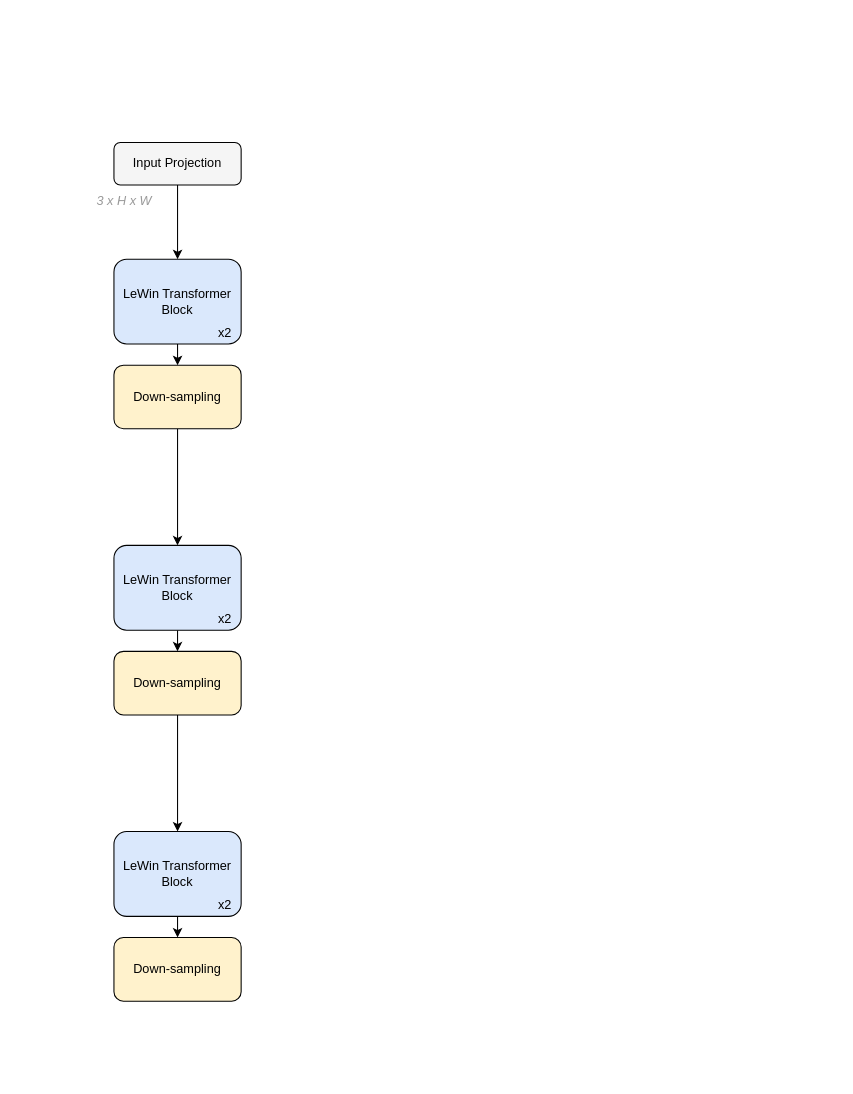
This is MTRNet.drawio from user815886724/Drawio, a draw.io file, before an edit. Source tidied: cells renumbered, new cells numbered last; positions are measured from the earlier drawing's top-left corner, leaving out a move shared by most shapes. Both pictures are drawn from the tidied source at 106%, with x=0, y=0 at pixel (92, 142).
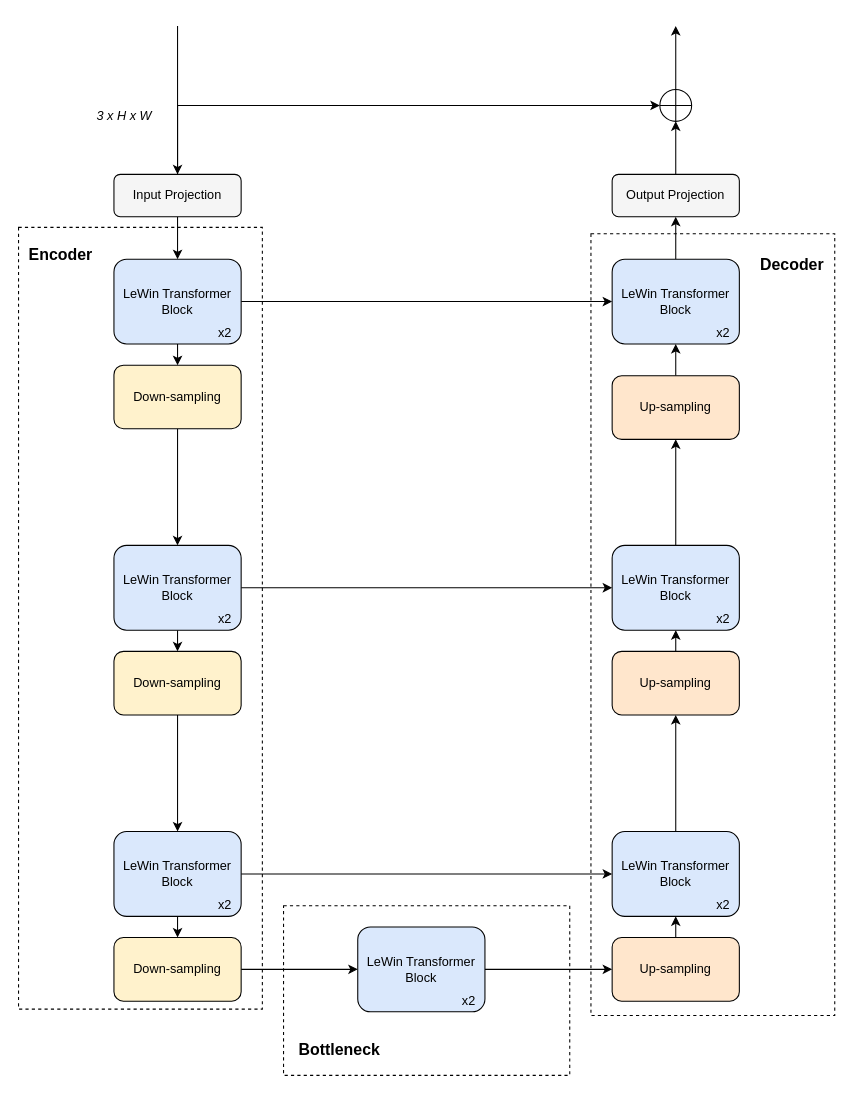
After the change.

Unchanged cells that the change refers to:
```xml
<mxCell id="5" value="LeWin Transformer Block" style="rounded=1;whiteSpace=wrap;html=1;fillColor=#dae8fc;strokeColor=#000000;shadow=0;glass=0;sketch=0;labelBackgroundColor=none;fontColor=default;" parent="1" vertex="1">
  <mxGeometry x="20" y="110" width="120" height="80" as="geometry" />
</mxCell>
<mxCell id="8" value="LeWin Transformer Block" style="rounded=1;whiteSpace=wrap;html=1;fillColor=#dae8fc;strokeColor=#000000;shadow=0;glass=0;sketch=0;labelBackgroundColor=none;fontColor=default;" parent="1" vertex="1">
  <mxGeometry x="20" y="380" width="120" height="80" as="geometry" />
</mxCell>
<mxCell id="11" value="LeWin Transformer Block" style="rounded=1;whiteSpace=wrap;html=1;fillColor=#dae8fc;strokeColor=default;shadow=0;glass=0;sketch=0;labelBackgroundColor=none;fontColor=default;" parent="1" vertex="1">
  <mxGeometry x="20" y="650" width="120" height="80" as="geometry" />
</mxCell>
<mxCell id="17" value="Down-sampling" style="rounded=1;whiteSpace=wrap;html=1;shadow=0;glass=0;labelBackgroundColor=none;sketch=0;strokeColor=#000000;fillColor=#fff2cc;fontColor=default;" parent="1" vertex="1">
  <mxGeometry x="20" y="750" width="120" height="60" as="geometry" />
</mxCell>
```

Change to the diagram source:
```diff
@@
+    <mxCell id="19" style="rounded=0;whiteSpace=wrap;html=1;shadow=0;glass=0;labelBackgroundColor=none;sketch=0;fontColor=default;strokeColor=default;fillColor=none;dashed=1;" parent="1" vertex="1">
+      <mxGeometry x="-70" y="80" width="230" height="737.5" as="geometry" />
+    </mxCell>
+    <mxCell id="20" style="rounded=0;whiteSpace=wrap;html=1;shadow=0;glass=0;labelBackgroundColor=none;sketch=0;fontColor=default;strokeColor=default;fillColor=none;dashed=1;" parent="1" vertex="1">
+      <mxGeometry x="180" y="720" width="270" height="160" as="geometry" />
+    </mxCell>
+    <mxCell id="21" style="rounded=0;whiteSpace=wrap;html=1;shadow=0;glass=0;labelBackgroundColor=none;sketch=0;fontColor=default;strokeColor=default;fillColor=none;dashed=1;" parent="1" vertex="1">
+      <mxGeometry x="470" y="86" width="230" height="737.5" as="geometry" />
+    </mxCell>
@@
+    <mxCell id="22" style="edgeStyle=orthogonalEdgeStyle;rounded=0;jettySize=auto;html=1;exitX=0.5;exitY=0;exitDx=0;exitDy=0;labelBackgroundColor=default;fontColor=#999999;strokeColor=default;startArrow=classic;startFill=1;endArrow=none;endFill=0;" parent="1" edge="1" source="3">
+      <mxGeometry relative="1" as="geometry">
+        <mxPoint x="80" y="-110" as="targetPoint" />
+        <Array as="points">
+          <mxPoint x="80" y="10" />
+          <mxPoint x="80" y="10" />
+        </Array>
+      </mxGeometry>
+    </mxCell>
+    <mxCell id="23" style="edgeStyle=orthogonalEdgeStyle;rounded=0;jettySize=auto;html=1;exitX=0.5;exitY=0;exitDx=0;exitDy=0;entryX=0;entryY=0.5;entryDx=0;entryDy=0;labelBackgroundColor=default;fontColor=default;startArrow=none;startFill=0;endArrow=classic;endFill=1;strokeColor=default;" parent="1" edge="1" source="3" target="49">
+      <mxGeometry relative="1" as="geometry" />
+    </mxCell>
     <mxCell id="3" value="Input Projection" style="rounded=1;whiteSpace=wrap;html=1;fillColor=#f5f5f5;strokeColor=default;fontColor=default;shadow=0;glass=0;sketch=0;labelBackgroundColor=none;" parent="1" vertex="1">
-      <mxGeometry x="20" width="120" height="40" as="geometry" />
+      <mxGeometry x="20" y="30" width="120" height="40" as="geometry" />
     </mxCell>
@@
+    <mxCell id="24" style="edgeStyle=orthogonalEdgeStyle;rounded=0;jettySize=auto;html=1;exitX=1;exitY=0.5;exitDx=0;exitDy=0;labelBackgroundColor=default;fontColor=default;startArrow=none;startFill=0;endArrow=classic;endFill=1;strokeColor=default;" parent="1" edge="1" source="5" target="40">
+      <mxGeometry relative="1" as="geometry" />
+    </mxCell>
@@
+    <mxCell id="25" style="edgeStyle=orthogonalEdgeStyle;rounded=0;jettySize=auto;html=1;exitX=1;exitY=0.5;exitDx=0;exitDy=0;entryX=0;entryY=0.5;entryDx=0;entryDy=0;labelBackgroundColor=default;fontColor=default;startArrow=none;startFill=0;endArrow=classic;endFill=1;strokeColor=default;" parent="1" edge="1" source="8" target="37">
+      <mxGeometry relative="1" as="geometry" />
+    </mxCell>
@@
+    <mxCell id="26" style="edgeStyle=orthogonalEdgeStyle;rounded=0;jettySize=auto;html=1;exitX=1;exitY=0.5;exitDx=0;exitDy=0;entryX=0;entryY=0.5;entryDx=0;entryDy=0;labelBackgroundColor=default;fontColor=default;startArrow=none;startFill=0;endArrow=classic;endFill=1;strokeColor=default;" parent="1" edge="1" source="11" target="34">
+      <mxGeometry relative="1" as="geometry" />
+    </mxCell>
@@
+    <mxCell id="27" style="edgeStyle=orthogonalEdgeStyle;rounded=0;jettySize=auto;html=1;exitX=1;exitY=0.5;exitDx=0;exitDy=0;labelBackgroundColor=default;fontColor=default;startArrow=none;startFill=0;endArrow=classic;endFill=1;strokeColor=default;" parent="1" edge="1" source="17" target="29">
+      <mxGeometry relative="1" as="geometry" />
+    </mxCell>
@@
-    <mxCell id="18" value="&lt;i&gt;&lt;font color=&quot;#999999&quot;&gt;3 x H x W&lt;/font&gt;&lt;/i&gt;" style="text;html=1;strokeColor=none;fillColor=none;align=center;verticalAlign=middle;whiteSpace=wrap;rounded=0;shadow=0;glass=0;labelBackgroundColor=none;sketch=0;fontColor=default;" parent="1" vertex="1">
-      <mxGeometry y="40" width="60" height="30" as="geometry" />
+    <mxCell id="18" value="&lt;i&gt;&lt;font&gt;3 x H x W&lt;/font&gt;&lt;/i&gt;" style="text;html=1;strokeColor=none;fillColor=none;align=center;verticalAlign=middle;whiteSpace=wrap;rounded=0;shadow=0;glass=0;labelBackgroundColor=none;sketch=0;fontColor=default;" parent="1" vertex="1">
+      <mxGeometry y="-40" width="60" height="30" as="geometry" />
     </mxCell>
+    <mxCell id="28" style="edgeStyle=orthogonalEdgeStyle;rounded=0;jettySize=auto;html=1;exitX=1;exitY=0.5;exitDx=0;exitDy=0;labelBackgroundColor=default;fontColor=default;startArrow=none;startFill=0;endArrow=classic;endFill=1;strokeColor=default;" parent="1" edge="1" source="29" target="32">
+      <mxGeometry relative="1" as="geometry" />
+    </mxCell>
+    <mxCell id="29" value="LeWin Transformer Block" style="rounded=1;whiteSpace=wrap;html=1;fillColor=#dae8fc;strokeColor=default;shadow=0;glass=0;sketch=0;labelBackgroundColor=none;fontColor=default;" parent="1" vertex="1">
+      <mxGeometry x="250" y="740" width="120" height="80" as="geometry" />
+    </mxCell>
+    <mxCell id="30" value="x2" style="text;html=1;strokeColor=none;fillColor=none;align=center;verticalAlign=middle;whiteSpace=wrap;rounded=0;shadow=0;glass=0;sketch=0;fontColor=default;labelBackgroundColor=none;" parent="1" vertex="1">
+      <mxGeometry x="340" y="800" width="30" height="20" as="geometry" />
+    </mxCell>
+    <mxCell id="31" style="edgeStyle=orthogonalEdgeStyle;rounded=0;jettySize=auto;html=1;exitX=0.5;exitY=0;exitDx=0;exitDy=0;entryX=0.5;entryY=1;entryDx=0;entryDy=0;labelBackgroundColor=default;fontColor=default;startArrow=none;startFill=0;endArrow=classic;endFill=1;strokeColor=default;" parent="1" edge="1" source="32" target="34">
+      <mxGeometry relative="1" as="geometry" />
+    </mxCell>
+    <mxCell id="32" value="Up-sampling" style="rounded=1;whiteSpace=wrap;html=1;shadow=0;glass=0;labelBackgroundColor=none;sketch=0;strokeColor=#000000;fillColor=#ffe6cc;fontColor=default;" parent="1" vertex="1">
+      <mxGeometry x="490" y="750" width="120" height="60" as="geometry" />
+    </mxCell>
+    <mxCell id="33" style="edgeStyle=orthogonalEdgeStyle;rounded=0;jettySize=auto;html=1;exitX=0.5;exitY=0;exitDx=0;exitDy=0;labelBackgroundColor=default;fontColor=default;startArrow=none;startFill=0;endArrow=classic;endFill=1;strokeColor=default;" parent="1" edge="1" source="34" target="45">
+      <mxGeometry relative="1" as="geometry" />
+    </mxCell>
+    <mxCell id="34" value="LeWin Transformer Block" style="rounded=1;whiteSpace=wrap;html=1;fillColor=#dae8fc;strokeColor=default;shadow=0;glass=0;sketch=0;labelBackgroundColor=none;fontColor=default;" parent="1" vertex="1">
+      <mxGeometry x="490" y="650" width="120" height="80" as="geometry" />
+    </mxCell>
+    <mxCell id="35" value="x2" style="text;html=1;strokeColor=none;fillColor=none;align=center;verticalAlign=middle;whiteSpace=wrap;rounded=0;shadow=0;glass=0;sketch=0;fontColor=default;labelBackgroundColor=none;" parent="1" vertex="1">
+      <mxGeometry x="580" y="710" width="30" height="20" as="geometry" />
+    </mxCell>
+    <mxCell id="36" style="edgeStyle=orthogonalEdgeStyle;rounded=0;jettySize=auto;html=1;exitX=0.5;exitY=0;exitDx=0;exitDy=0;entryX=0.5;entryY=1;entryDx=0;entryDy=0;labelBackgroundColor=default;fontColor=default;startArrow=none;startFill=0;endArrow=classic;endFill=1;strokeColor=default;" parent="1" edge="1" source="37" target="47">
+      <mxGeometry relative="1" as="geometry" />
+    </mxCell>
+    <mxCell id="37" value="LeWin Transformer Block" style="rounded=1;whiteSpace=wrap;html=1;fillColor=#dae8fc;strokeColor=default;shadow=0;glass=0;sketch=0;labelBackgroundColor=none;fontColor=default;" parent="1" vertex="1">
+      <mxGeometry x="490" y="380" width="120" height="80" as="geometry" />
+    </mxCell>
+    <mxCell id="38" value="x2" style="text;html=1;strokeColor=none;fillColor=none;align=center;verticalAlign=middle;whiteSpace=wrap;rounded=0;shadow=0;glass=0;sketch=0;fontColor=default;labelBackgroundColor=none;" parent="1" vertex="1">
+      <mxGeometry x="580" y="440" width="30" height="20" as="geometry" />
+    </mxCell>
+    <mxCell id="39" style="edgeStyle=orthogonalEdgeStyle;rounded=0;jettySize=auto;html=1;exitX=0.5;exitY=0;exitDx=0;exitDy=0;entryX=0.5;entryY=1;entryDx=0;entryDy=0;labelBackgroundColor=default;fontColor=default;startArrow=none;startFill=0;endArrow=classic;endFill=1;strokeColor=default;" parent="1" edge="1" source="40" target="43">
+      <mxGeometry relative="1" as="geometry" />
+    </mxCell>
+    <mxCell id="40" value="LeWin Transformer Block" style="rounded=1;whiteSpace=wrap;html=1;fillColor=#dae8fc;strokeColor=default;shadow=0;glass=0;sketch=0;labelBackgroundColor=none;fontColor=default;" parent="1" vertex="1">
+      <mxGeometry x="490" y="110" width="120" height="80" as="geometry" />
+    </mxCell>
+    <mxCell id="41" value="x2" style="text;html=1;strokeColor=none;fillColor=none;align=center;verticalAlign=middle;whiteSpace=wrap;rounded=0;shadow=0;glass=0;sketch=0;fontColor=default;labelBackgroundColor=none;" parent="1" vertex="1">
+      <mxGeometry x="580" y="170" width="30" height="20" as="geometry" />
+    </mxCell>
+    <mxCell id="42" style="edgeStyle=orthogonalEdgeStyle;rounded=0;jettySize=auto;html=1;exitX=0.5;exitY=0;exitDx=0;exitDy=0;entryX=0.5;entryY=1;entryDx=0;entryDy=0;labelBackgroundColor=default;fontColor=default;startArrow=none;startFill=0;endArrow=classic;endFill=1;strokeColor=default;" parent="1" edge="1" source="43" target="49">
+      <mxGeometry relative="1" as="geometry" />
+    </mxCell>
+    <mxCell id="43" value="Output Projection" style="rounded=1;whiteSpace=wrap;html=1;fillColor=#f5f5f5;strokeColor=default;fontColor=default;shadow=0;glass=0;sketch=0;labelBackgroundColor=none;" parent="1" vertex="1">
+      <mxGeometry x="490" y="30" width="120" height="40" as="geometry" />
+    </mxCell>
+    <mxCell id="44" style="edgeStyle=orthogonalEdgeStyle;rounded=0;jettySize=auto;html=1;exitX=0.5;exitY=0;exitDx=0;exitDy=0;entryX=0.5;entryY=1;entryDx=0;entryDy=0;labelBackgroundColor=default;fontColor=default;startArrow=none;startFill=0;endArrow=classic;endFill=1;strokeColor=default;" parent="1" edge="1" source="45" target="37">
+      <mxGeometry relative="1" as="geometry" />
+    </mxCell>
+    <mxCell id="45" value="Up-sampling" style="rounded=1;whiteSpace=wrap;html=1;shadow=0;glass=0;labelBackgroundColor=none;sketch=0;strokeColor=#000000;fillColor=#ffe6cc;fontColor=default;" parent="1" vertex="1">
+      <mxGeometry x="490" y="480" width="120" height="60" as="geometry" />
+    </mxCell>
+    <mxCell id="46" style="edgeStyle=orthogonalEdgeStyle;rounded=0;jettySize=auto;html=1;exitX=0.5;exitY=0;exitDx=0;exitDy=0;entryX=0.5;entryY=1;entryDx=0;entryDy=0;labelBackgroundColor=default;fontColor=default;startArrow=none;startFill=0;endArrow=classic;endFill=1;strokeColor=default;" parent="1" edge="1" source="47" target="40">
+      <mxGeometry relative="1" as="geometry" />
+    </mxCell>
+    <mxCell id="47" value="Up-sampling" style="rounded=1;whiteSpace=wrap;html=1;shadow=0;glass=0;labelBackgroundColor=none;sketch=0;strokeColor=#000000;fillColor=#ffe6cc;fontColor=default;" parent="1" vertex="1">
+      <mxGeometry x="490" y="220" width="120" height="60" as="geometry" />
+    </mxCell>
+    <mxCell id="48" style="edgeStyle=orthogonalEdgeStyle;rounded=0;jettySize=auto;html=1;exitX=0.5;exitY=0;exitDx=0;exitDy=0;labelBackgroundColor=default;fontColor=default;startArrow=none;startFill=0;endArrow=classic;endFill=1;strokeColor=default;" parent="1" edge="1" source="49">
+      <mxGeometry relative="1" as="geometry">
+        <mxPoint x="550" y="-110" as="targetPoint" />
+      </mxGeometry>
+    </mxCell>
+    <mxCell id="49" style="shape=orEllipse;perimeter=ellipsePerimeter;whiteSpace=wrap;html=1;backgroundOutline=1;rounded=1;shadow=0;glass=0;labelBackgroundColor=none;sketch=0;fontColor=default;strokeColor=default;fillColor=default;" parent="1" vertex="1">
+      <mxGeometry x="535" y="-50" width="30" height="30" as="geometry" />
+    </mxCell>
+    <mxCell id="50" value="&lt;b&gt;&lt;font style=&quot;font-size: 15px&quot;&gt;Encoder&lt;/font&gt;&lt;/b&gt;" style="text;html=1;strokeColor=none;fillColor=none;align=center;verticalAlign=middle;whiteSpace=wrap;rounded=0;shadow=0;glass=0;dashed=1;labelBackgroundColor=none;sketch=0;fontColor=default;" parent="1" vertex="1">
+      <mxGeometry x="-70" y="80" width="80" height="50" as="geometry" />
+    </mxCell>
+    <mxCell id="51" value="&lt;b&gt;&lt;font style=&quot;font-size: 15px&quot;&gt;Decoder&lt;/font&gt;&lt;/b&gt;" style="text;html=1;strokeColor=none;fillColor=none;align=center;verticalAlign=middle;whiteSpace=wrap;rounded=0;shadow=0;glass=0;dashed=1;labelBackgroundColor=none;sketch=0;fontColor=default;" parent="1" vertex="1">
+      <mxGeometry x="620" y="90" width="80" height="50" as="geometry" />
+    </mxCell>
+    <mxCell id="52" value="&lt;span style=&quot;font-size: 15px&quot;&gt;&lt;b&gt;Bottleneck&lt;/b&gt;&lt;/span&gt;" style="text;html=1;strokeColor=none;fillColor=none;align=center;verticalAlign=middle;whiteSpace=wrap;rounded=0;shadow=0;glass=0;dashed=1;labelBackgroundColor=none;sketch=0;fontColor=default;" parent="1" vertex="1">
+      <mxGeometry x="193" y="830" width="80" height="50" as="geometry" />
+    </mxCell>
```
